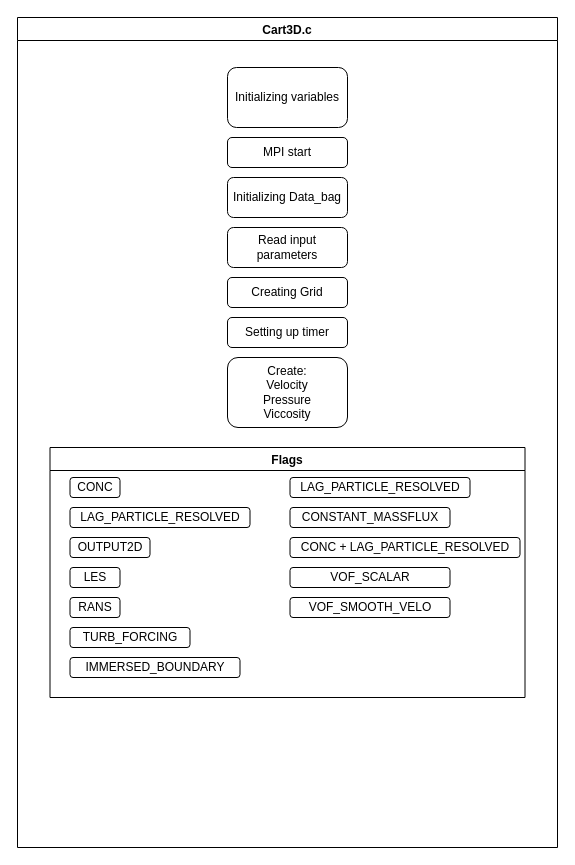
This is Untitled Diagram.drawio from metialex/h5ToVTK, a draw.io file, before an edit. Source tidied: cells renumbered, new cells numbered last; positions are measured from the earlier drawing's top-left corner, leaving out a move shared by most shapes. Both pictures are drawn from the tidied source at 100%, with x=0, y=0 at pixel (17, 17).
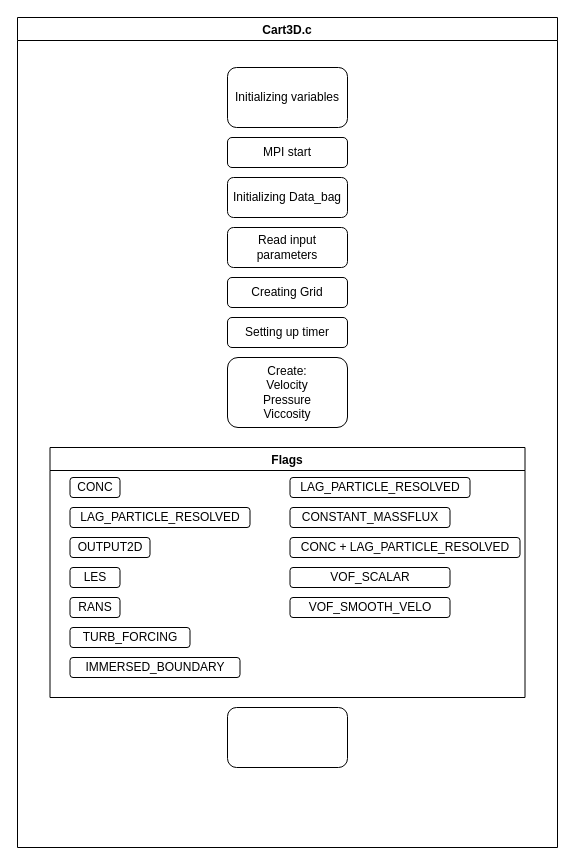
The same page after the edit.

The change refers to these unchanged cells:
```xml
<mxCell id="2" value="Cart3D.c" style="swimlane;" parent="1" vertex="1">
  <mxGeometry width="540" height="830" as="geometry" />
</mxCell>
```

What changed in the source:
```diff
@@
+    <mxCell id="23" style="rounded=1;whiteSpace=wrap;html=1;" parent="2" vertex="1">
+      <mxGeometry x="210" y="690" width="120" height="60" as="geometry" />
+    </mxCell>
```
